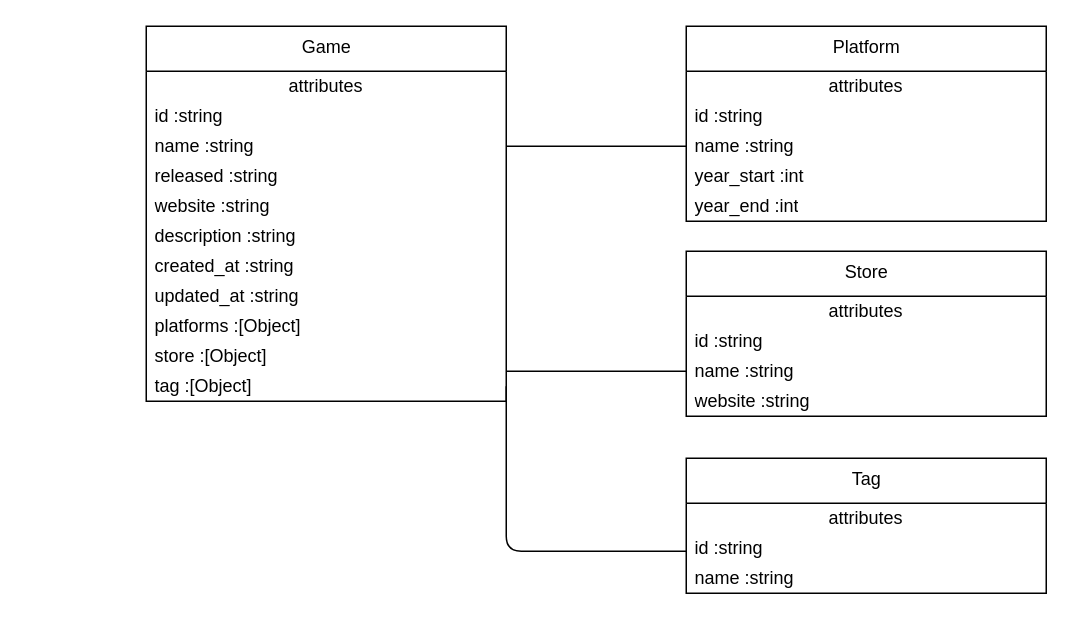
The draw.io diagram architecture/class-diagram.drawio in gmatozinho/games-api, before the edit. Source tidied: cells renumbered, new cells numbered last; positions are measured from the earlier drawing's top-left corner, leaving out a move shared by most shapes. Both pictures are drawn from the tidied source at 150%, with x=0, y=0 at pixel (146, 26).
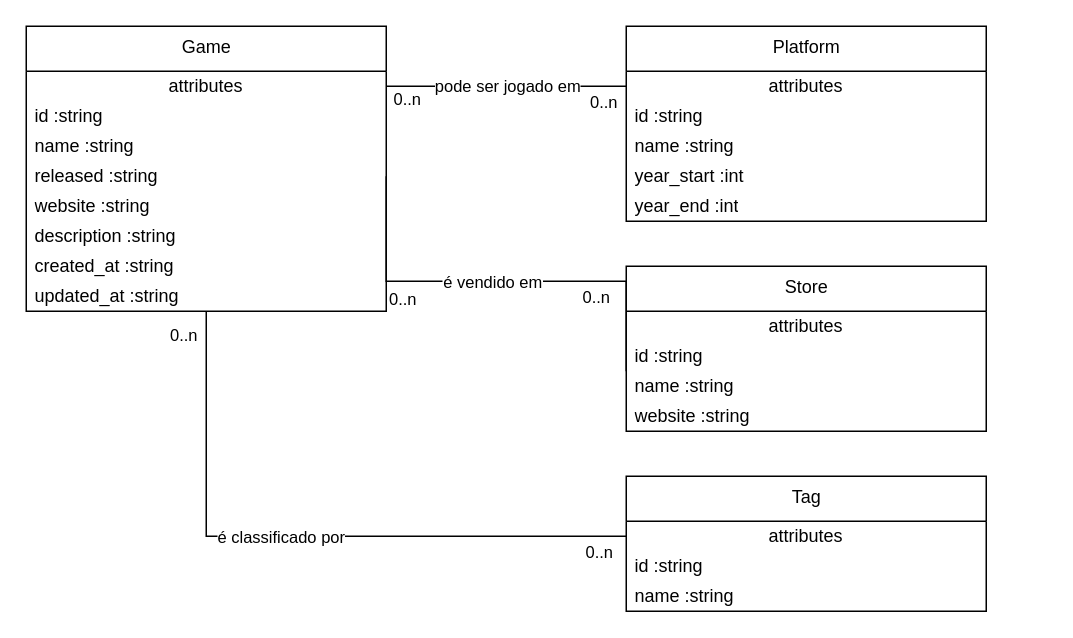
The same diagram, later.

Commit message (it also covers changes not shown here):
(fix): class diagram

Unchanged cells that the change refers to:
```xml
<mxCell id="3" value="attributes" style="text;html=1;strokeColor=none;fillColor=none;align=center;verticalAlign=middle;spacingLeft=4;spacingRight=4;overflow=hidden;points=[[0,0.5],[1,0.5]];portConstraint=eastwest;" parent="2" vertex="1">
  <mxGeometry y="30" width="240" height="20" as="geometry" />
</mxCell>
<mxCell id="5" value="name :string" style="text;html=1;strokeColor=none;fillColor=none;align=left;verticalAlign=middle;spacingLeft=4;spacingRight=4;overflow=hidden;points=[[0,0.5],[1,0.5]];portConstraint=eastwest;" parent="2" vertex="1">
  <mxGeometry y="70" width="240" height="20" as="geometry" />
</mxCell>
<mxCell id="6" value="released :string" style="text;html=1;strokeColor=none;fillColor=none;align=left;verticalAlign=middle;spacingLeft=4;spacingRight=4;overflow=hidden;points=[[0,0.5],[1,0.5]];portConstraint=eastwest;" parent="2" vertex="1">
  <mxGeometry y="90" width="240" height="20" as="geometry" />
</mxCell>
<mxCell id="15" value="attributes" style="text;html=1;strokeColor=none;fillColor=none;align=center;verticalAlign=middle;spacingLeft=4;spacingRight=4;overflow=hidden;points=[[0,0.5],[1,0.5]];portConstraint=eastwest;" parent="14" vertex="1">
  <mxGeometry y="30" width="240" height="20" as="geometry" />
</mxCell>
<mxCell id="17" value="name :string" style="text;html=1;strokeColor=none;fillColor=none;align=left;verticalAlign=middle;spacingLeft=4;spacingRight=4;overflow=hidden;points=[[0,0.5],[1,0.5]];portConstraint=eastwest;" parent="14" vertex="1">
  <mxGeometry y="70" width="240" height="20" as="geometry" />
</mxCell>
<mxCell id="21" value="attributes" style="text;html=1;strokeColor=none;fillColor=none;align=center;verticalAlign=middle;spacingLeft=4;spacingRight=4;overflow=hidden;points=[[0,0.5],[1,0.5]];portConstraint=eastwest;" parent="20" vertex="1">
  <mxGeometry y="30" width="240" height="20" as="geometry" />
</mxCell>
<mxCell id="27" value="name :string" style="text;html=1;strokeColor=none;fillColor=none;align=left;verticalAlign=middle;spacingLeft=4;spacingRight=4;overflow=hidden;points=[[0,0.5],[1,0.5]];portConstraint=eastwest;" parent="24" vertex="1">
  <mxGeometry y="70" width="240" height="20" as="geometry" />
</mxCell>
```

Change to the diagram source:
```diff
@@
     <mxCell id="2" value="Game" style="swimlane;fontStyle=0;align=center;verticalAlign=top;horizontal=1;startSize=30;html=1;" parent="1" vertex="1">
-      <mxGeometry width="240" height="250" as="geometry" />
+      <mxGeometry x="-80" width="240" height="190" as="geometry" />
     </mxCell>
@@
-    <mxCell id="11" value="platforms :[Object]" style="text;html=1;strokeColor=none;fillColor=none;align=left;verticalAlign=middle;spacingLeft=4;spacingRight=4;overflow=hidden;" parent="2" vertex="1">
-      <mxGeometry y="190" width="240" height="20" as="geometry" />
-    </mxCell>
-    <mxCell id="12" value="store :[Object]" style="text;html=1;strokeColor=none;fillColor=none;align=left;verticalAlign=middle;spacingLeft=4;spacingRight=4;overflow=hidden;" parent="2" vertex="1">
-      <mxGeometry y="210" width="240" height="20" as="geometry" />
-    </mxCell>
-    <mxCell id="13" value="tag :[Object]" style="text;html=1;strokeColor=none;fillColor=none;align=left;verticalAlign=middle;spacingLeft=4;spacingRight=4;overflow=hidden;points=[[0,0.5],[1,0.5]];portConstraint=eastwest;" parent="2" vertex="1">
-      <mxGeometry y="230" width="240" height="20" as="geometry" />
-    </mxCell>
     <mxCell id="14" value="Platform" style="swimlane;fontStyle=0;align=center;verticalAlign=top;horizontal=1;startSize=30;html=1;" parent="1" vertex="1">
-      <mxGeometry x="360" width="240" height="130" as="geometry" />
+      <mxGeometry x="320" width="240" height="130" as="geometry" />
     </mxCell>
@@
     <mxCell id="20" value="Tag" style="swimlane;fontStyle=0;align=center;verticalAlign=top;horizontal=1;startSize=30;html=1;" parent="1" vertex="1">
-      <mxGeometry x="360" y="288" width="240" height="90" as="geometry" />
+      <mxGeometry x="320" y="300" width="240" height="90" as="geometry" />
     </mxCell>
@@
     <mxCell id="24" value="Store" style="swimlane;fontStyle=0;align=center;verticalAlign=top;horizontal=1;startSize=30;html=1;" parent="1" vertex="1">
-      <mxGeometry x="360" y="150" width="240" height="110" as="geometry" />
+      <mxGeometry x="320" y="160" width="240" height="110" as="geometry" />
     </mxCell>
@@
-    <mxCell id="29" style="endArrow=none;html=1;exitX=1;exitY=0.5;exitDx=0;exitDy=0;" parent="1" edge="1" source="5" target="17">
-      <mxGeometry relative="1" as="geometry" />
-    </mxCell>
-    <mxCell id="30" style="endArrow=none;html=1;exitX=1;exitY=0.5;exitDx=0;exitDy=0;" parent="1" edge="1" source="13">
-      <mxGeometry relative="1" as="geometry">
-        <mxPoint x="360" y="350" as="targetPoint" />
-        <Array as="points">
-          <mxPoint x="240" y="350" />
-        </Array>
-      </mxGeometry>
-    </mxCell>
-    <mxCell id="31" style="endArrow=none;html=1;entryX=0;entryY=0.5;entryDx=0;entryDy=0;" parent="1" edge="1" target="27">
-      <mxGeometry relative="1" as="geometry">
-        <mxPoint x="240" y="230" as="sourcePoint" />
-      </mxGeometry>
-    </mxCell>
+    <mxCell id="32" style="endArrow=none;html=1;rounded=0;entryX=0;entryY=0.5;entryDx=0;entryDy=0;edgeStyle=orthogonalEdgeStyle;" parent="1" edge="1" source="2" target="21">
+      <mxGeometry relative="1" as="geometry" />
+    </mxCell>
+    <mxCell id="33" value="é classificado por" style="edgeLabel;html=1;align=center;verticalAlign=middle;" parent="32" vertex="1">
+      <mxGeometry x="0.21" y="-4" relative="1" as="geometry">
+        <mxPoint x="-61" y="-4" as="offset" />
+      </mxGeometry>
+    </mxCell>
+    <mxCell id="34" value="0..n" style="edgeLabel;html=1;align=center;verticalAlign=middle;" parent="32" vertex="1">
+      <mxGeometry y="-3" relative="1" as="geometry">
+        <mxPoint x="196" y="7" as="offset" />
+      </mxGeometry>
+    </mxCell>
+    <mxCell id="35" style="endArrow=none;html=1;rounded=0;entryX=0;entryY=0.5;entryDx=0;entryDy=0;exitX=1;exitY=0.5;exitDx=0;exitDy=0;edgeStyle=orthogonalEdgeStyle;" parent="1" edge="1" source="6">
+      <mxGeometry relative="1" as="geometry">
+        <mxPoint x="320" y="230" as="targetPoint" />
+        <Array as="points">
+          <mxPoint x="160" y="170" />
+          <mxPoint x="320" y="170" />
+        </Array>
+      </mxGeometry>
+    </mxCell>
+    <mxCell id="36" value="é vendido em" style="edgeLabel;html=1;align=center;verticalAlign=middle;" parent="35" vertex="1">
+      <mxGeometry x="-0.21" y="2" relative="1" as="geometry">
+        <mxPoint x="25" y="2" as="offset" />
+      </mxGeometry>
+    </mxCell>
+    <mxCell id="37" value="0..n" style="edgeLabel;html=1;align=center;verticalAlign=middle;" parent="35" vertex="1">
+      <mxGeometry x="0.34" y="-2" relative="1" as="geometry">
+        <mxPoint x="15" y="8" as="offset" />
+      </mxGeometry>
+    </mxCell>
+    <mxCell id="38" style="endArrow=none;html=1;rounded=0;entryX=0;entryY=0.5;entryDx=0;entryDy=0;exitX=1;exitY=0.5;exitDx=0;exitDy=0;" parent="1" edge="1" source="3" target="15">
+      <mxGeometry relative="1" as="geometry" />
+    </mxCell>
+    <mxCell id="39" value="pode ser jogado em" style="edgeLabel;html=1;align=center;verticalAlign=middle;" parent="38" vertex="1">
+      <mxGeometry x="-0.2" y="1" relative="1" as="geometry">
+        <mxPoint x="16" as="offset" />
+      </mxGeometry>
+    </mxCell>
+    <mxCell id="40" value="0..n" style="edgeLabel;html=1;align=center;verticalAlign=middle;" parent="38" vertex="1">
+      <mxGeometry x="0.8" y="1" relative="1" as="geometry">
+        <mxPoint y="11" as="offset" />
+      </mxGeometry>
+    </mxCell>
+    <mxCell id="41" value="0..n" style="edgeLabel;html=1;align=center;verticalAlign=middle;" parent="1" vertex="1">
+      <mxGeometry x="300" y="370" as="geometry">
+        <mxPoint x="-276" y="-165" as="offset" />
+      </mxGeometry>
+    </mxCell>
+    <mxCell id="42" value="0..n" style="edgeLabel;html=1;align=center;verticalAlign=middle;" parent="1" vertex="1">
+      <mxGeometry x="310" y="190" as="geometry">
+        <mxPoint x="-140" y="-9" as="offset" />
+      </mxGeometry>
+    </mxCell>
+    <mxCell id="43" value="0..n" style="edgeLabel;html=1;align=center;verticalAlign=middle;" parent="1" vertex="1">
+      <mxGeometry x="314" y="60" as="geometry">
+        <mxPoint x="-141" y="-12" as="offset" />
+      </mxGeometry>
+    </mxCell>
```
